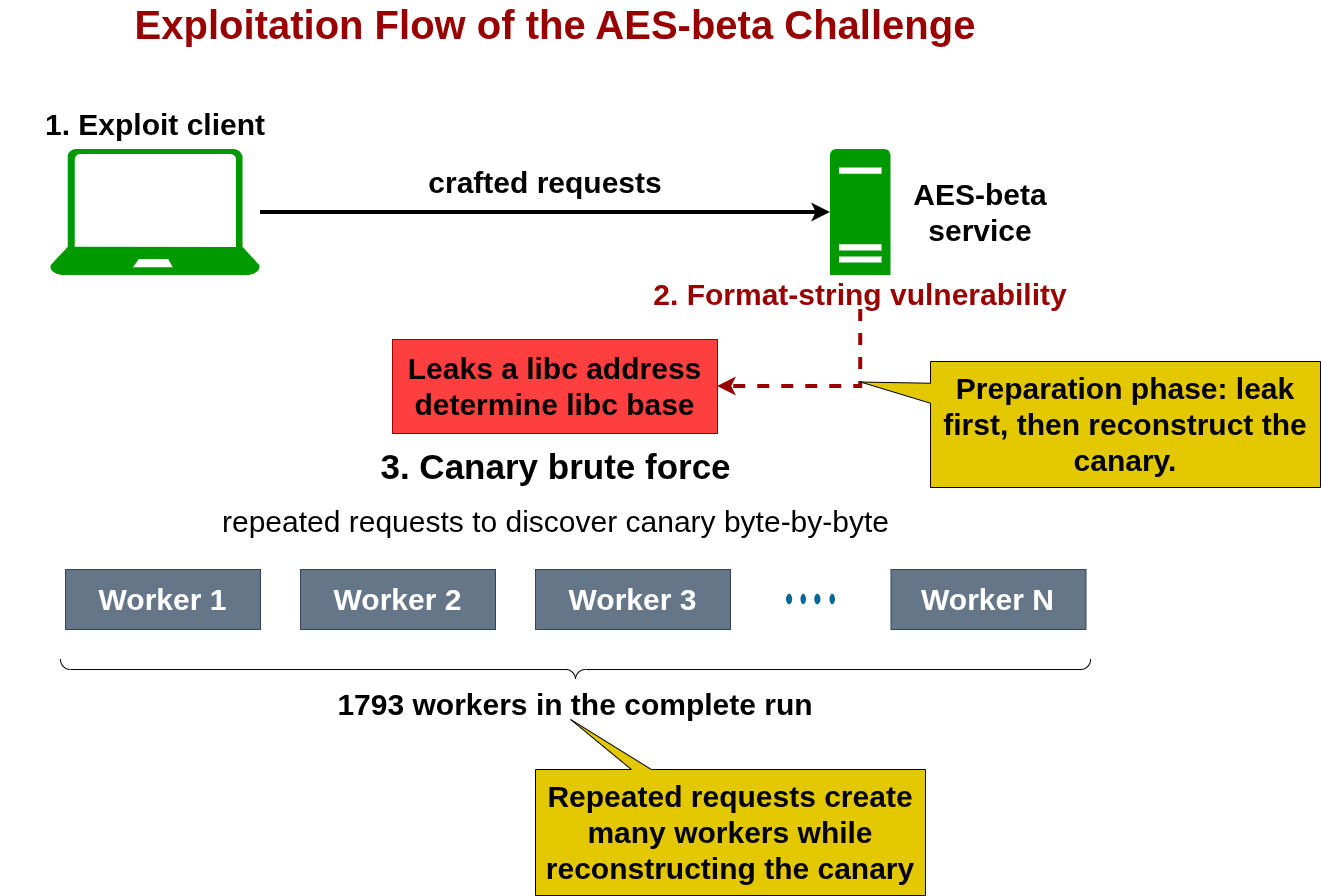
This is figures/chapter6/ctf_exploitation_flow.drawio.png from sroman0/Thesis, a draw.io export, as it was before one commit. Source tidied: cells renumbered, new cells last; positions are measured from the earlier drawing's top-left corner, leaving out a move shared by most shapes.
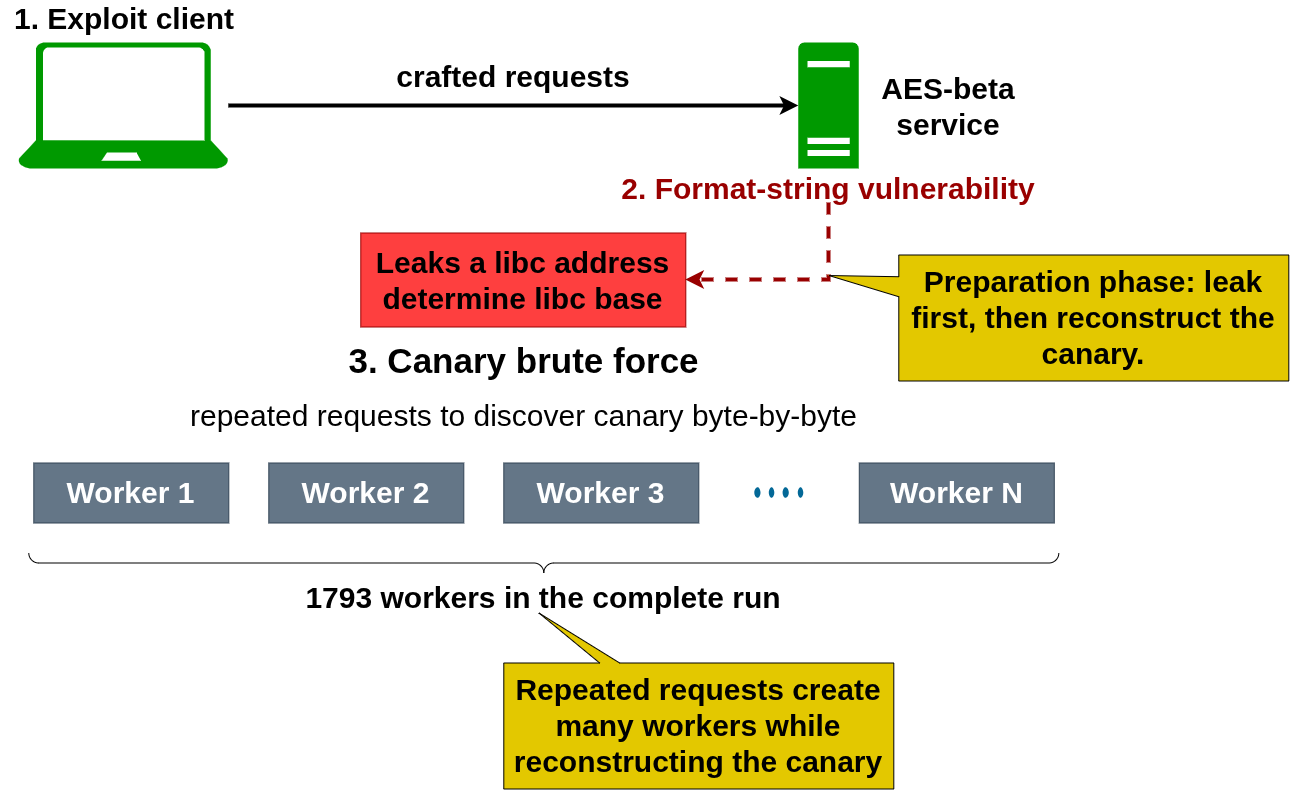
Above is the later version.

What changed in the source:
```diff
@@ -2,9 +2,6 @@
   <root>
     <mxCell id="0" />
     <mxCell id="1" parent="0" />
-    <mxCell id="2" value="&lt;b&gt;&lt;font style=&quot;font-size: 40px; color: rgb(153, 0, 0);&quot;&gt;Exploitation Flow of the AES-beta Challenge&lt;/font&gt;&lt;/b&gt;" style="text;html=1;whiteSpace=wrap;strokeColor=none;fillColor=none;align=center;verticalAlign=middle;rounded=0;fontColor=#5AA9E6;" parent="1" vertex="1">
-      <mxGeometry width="1110" height="30" as="geometry" />
-    </mxCell>
     <mxCell id="3" style="sketch=0;shadow=0;dashed=0;html=1;strokeColor=none;labelPosition=center;verticalLabelPosition=bottom;verticalAlign=top;align=center;fillColor=#009900;shape=mxgraph.azure.laptop;fontColor=#5AA9E6;" parent="1" vertex="1">
       <mxGeometry x="50" y="140" width="210" height="126" as="geometry" />
     </mxCell>
```
